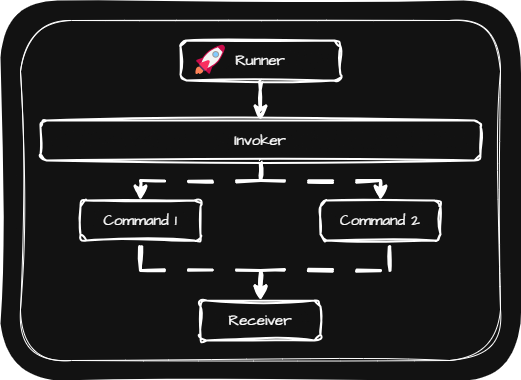
Earlier version of the draw.io export img/behavior/command.png (jjjuuuun/OODP-Java). Source tidied: cells renumbered, new cells last; positions are measured from the earlier drawing's top-left corner, leaving out a move shared by most shapes.
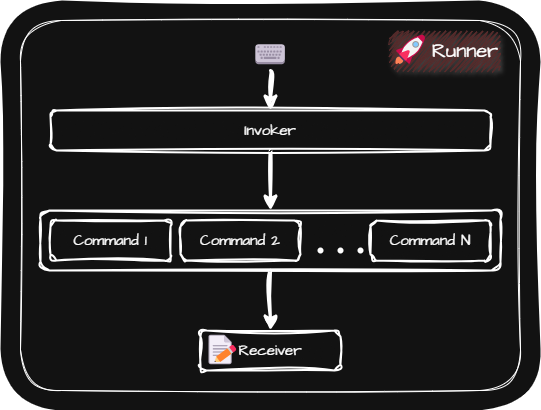
The same diagram one commit later.

The edit, as a diff of the source:
```diff
@@ -3,43 +3,58 @@
     <mxCell id="0" />
     <mxCell id="1" parent="0" />
     <mxCell id="2" style="rounded=1;whiteSpace=wrap;html=1;sketch=1;hachureGap=4;jiggle=2;curveFitting=1;fontFamily=Architects Daughter;fontSource=https%3A%2F%2Ffonts.googleapis.com%2Fcss%3Ffamily%3DArchitects%2BDaughter;strokeColor=none;" parent="1" vertex="1">
-      <mxGeometry width="520" height="380" as="geometry" />
+      <mxGeometry x="-10" y="10" width="540" height="410" as="geometry" />
     </mxCell>
-    <mxCell id="3" style="rounded=1;whiteSpace=wrap;html=1;sketch=1;hachureGap=4;jiggle=2;curveFitting=1;fontFamily=Architects Daughter;fontSource=https%3A%2F%2Ffonts.googleapis.com%2Fcss%3Ffamily%3DArchitects%2BDaughter;" parent="1" vertex="1">
-      <mxGeometry x="20" y="20" width="480" height="340" as="geometry" />
+    <mxCell id="3" style="rounded=1;whiteSpace=wrap;html=1;sketch=1;hachureGap=4;jiggle=2;curveFitting=1;fontFamily=Architects Daughter;fontSource=https%3A%2F%2Ffonts.googleapis.com%2Fcss%3Ffamily%3DArchitects%2BDaughter;arcSize=11;" parent="1" vertex="1">
+      <mxGeometry x="10" y="30" width="500" height="370" as="geometry" />
     </mxCell>
-    <mxCell id="4" style="edgeStyle=orthogonalEdgeStyle;rounded=0;sketch=1;hachureGap=4;jiggle=2;curveFitting=1;jettySize=auto;html=1;exitX=0.5;exitY=0;exitDx=0;exitDy=0;entryX=0.5;entryY=1;entryDx=0;entryDy=0;fontFamily=Architects Daughter;fontSource=https%3A%2F%2Ffonts.googleapis.com%2Fcss%3Ffamily%3DArchitects%2BDaughter;fontSize=12;startSize=8;endSize=8;endArrow=none;startFill=1;dashed=1;dashPattern=8 8;startArrow=classic;strokeWidth=3;" parent="1" edge="1" source="5" target="6">
+    <mxCell id="4" style="edgeStyle=none;curved=1;rounded=0;sketch=1;hachureGap=4;jiggle=2;curveFitting=1;jettySize=auto;html=1;exitX=0.5;exitY=1;exitDx=0;exitDy=0;entryX=0.5;entryY=0;entryDx=0;entryDy=0;fontFamily=Architects Daughter;fontSource=https%3A%2F%2Ffonts.googleapis.com%2Fcss%3Ffamily%3DArchitects%2BDaughter;fontSize=12;startSize=8;endSize=8;strokeWidth=3;" parent="1" edge="1" source="5" target="6">
       <mxGeometry relative="1" as="geometry" />
     </mxCell>
-    <mxCell id="5" value="Receiver" style="rounded=1;whiteSpace=wrap;html=1;sketch=1;hachureGap=4;jiggle=2;curveFitting=1;fontFamily=Architects Daughter;fontSource=https%3A%2F%2Ffonts.googleapis.com%2Fcss%3Ffamily%3DArchitects%2BDaughter;fontSize=15;fillStyle=zigzag;strokeWidth=2;" parent="1" vertex="1">
-      <mxGeometry x="200" y="300" width="120" height="40" as="geometry" />
+    <mxCell id="5" style="rounded=1;whiteSpace=wrap;html=1;sketch=1;hachureGap=4;jiggle=2;curveFitting=1;fontFamily=Architects Daughter;fontSource=https%3A%2F%2Ffonts.googleapis.com%2Fcss%3Ffamily%3DArchitects%2BDaughter;fontSize=15;fillStyle=zigzag;strokeWidth=2;fillColor=default;" parent="1" vertex="1">
+      <mxGeometry x="30" y="220" width="460" height="60" as="geometry" />
     </mxCell>
-    <mxCell id="6" value="Command 1" style="rounded=1;whiteSpace=wrap;html=1;sketch=1;hachureGap=4;jiggle=2;curveFitting=1;fontFamily=Architects Daughter;fontSource=https%3A%2F%2Ffonts.googleapis.com%2Fcss%3Ffamily%3DArchitects%2BDaughter;fontSize=15;fillStyle=zigzag;strokeWidth=2;" parent="1" vertex="1">
-      <mxGeometry x="80" y="200" width="120" height="40" as="geometry" />
+    <mxCell id="6" value="Receiver" style="rounded=1;whiteSpace=wrap;html=1;sketch=1;hachureGap=4;jiggle=2;curveFitting=1;fontFamily=Architects Daughter;fontSource=https%3A%2F%2Ffonts.googleapis.com%2Fcss%3Ffamily%3DArchitects%2BDaughter;fontSize=15;fillStyle=zigzag;strokeWidth=2;" parent="1" vertex="1">
+      <mxGeometry x="190" y="340" width="140" height="40" as="geometry" />
     </mxCell>
-    <mxCell id="7" value="Command 2" style="rounded=1;whiteSpace=wrap;html=1;sketch=1;hachureGap=4;jiggle=2;curveFitting=1;fontFamily=Architects Daughter;fontSource=https%3A%2F%2Ffonts.googleapis.com%2Fcss%3Ffamily%3DArchitects%2BDaughter;fontSize=15;fillStyle=zigzag;strokeWidth=2;" parent="1" vertex="1">
-      <mxGeometry x="320" y="200" width="120" height="40" as="geometry" />
+    <mxCell id="7" value="Command 1" style="rounded=1;whiteSpace=wrap;html=1;sketch=1;hachureGap=4;jiggle=2;curveFitting=1;fontFamily=Architects Daughter;fontSource=https%3A%2F%2Ffonts.googleapis.com%2Fcss%3Ffamily%3DArchitects%2BDaughter;fontSize=15;fillStyle=zigzag;strokeWidth=2;" parent="1" vertex="1">
+      <mxGeometry x="40" y="230" width="120" height="40" as="geometry" />
     </mxCell>
-    <mxCell id="8" style="edgeStyle=orthogonalEdgeStyle;rounded=0;sketch=1;hachureGap=4;jiggle=2;curveFitting=1;jettySize=auto;html=1;exitX=0.5;exitY=0;exitDx=0;exitDy=0;entryX=0.578;entryY=0.975;entryDx=0;entryDy=0;entryPerimeter=0;fontFamily=Architects Daughter;fontSource=https%3A%2F%2Ffonts.googleapis.com%2Fcss%3Ffamily%3DArchitects%2BDaughter;fontSize=12;startSize=8;endSize=8;endArrow=none;startFill=1;dashed=1;dashPattern=8 8;startArrow=classic;strokeWidth=3;" parent="1" edge="1" source="5" target="7">
-      <mxGeometry relative="1" as="geometry" />
+    <mxCell id="8" value="Command 2" style="rounded=1;whiteSpace=wrap;html=1;sketch=1;hachureGap=4;jiggle=2;curveFitting=1;fontFamily=Architects Daughter;fontSource=https%3A%2F%2Ffonts.googleapis.com%2Fcss%3Ffamily%3DArchitects%2BDaughter;fontSize=15;fillStyle=zigzag;strokeWidth=2;" parent="1" vertex="1">
+      <mxGeometry x="170" y="230" width="120" height="40" as="geometry" />
     </mxCell>
-    <mxCell id="9" style="edgeStyle=orthogonalEdgeStyle;rounded=0;sketch=1;hachureGap=4;jiggle=2;curveFitting=1;jettySize=auto;html=1;exitX=0.5;exitY=1;exitDx=0;exitDy=0;entryX=0.5;entryY=0;entryDx=0;entryDy=0;fontFamily=Architects Daughter;fontSource=https%3A%2F%2Ffonts.googleapis.com%2Fcss%3Ffamily%3DArchitects%2BDaughter;fontSize=12;startSize=8;endSize=8;dashed=1;dashPattern=8 8;strokeWidth=3;" parent="1" edge="1" source="11" target="6">
+    <mxCell id="9" style="edgeStyle=none;curved=1;rounded=0;sketch=1;hachureGap=4;jiggle=2;curveFitting=1;jettySize=auto;html=1;exitX=0.5;exitY=1;exitDx=0;exitDy=0;entryX=0.5;entryY=0;entryDx=0;entryDy=0;fontFamily=Architects Daughter;fontSource=https%3A%2F%2Ffonts.googleapis.com%2Fcss%3Ffamily%3DArchitects%2BDaughter;fontSize=12;startSize=8;endSize=8;strokeWidth=3;" parent="1" edge="1" source="10" target="5">
       <mxGeometry relative="1" as="geometry" />
     </mxCell>
-    <mxCell id="10" style="edgeStyle=orthogonalEdgeStyle;rounded=0;sketch=1;hachureGap=4;jiggle=2;curveFitting=1;jettySize=auto;html=1;exitX=0.5;exitY=1;exitDx=0;exitDy=0;entryX=0.5;entryY=0;entryDx=0;entryDy=0;fontFamily=Architects Daughter;fontSource=https%3A%2F%2Ffonts.googleapis.com%2Fcss%3Ffamily%3DArchitects%2BDaughter;fontSize=12;startSize=8;endSize=8;dashed=1;dashPattern=8 8;strokeWidth=3;" parent="1" edge="1" source="11" target="7">
-      <mxGeometry relative="1" as="geometry" />
+    <mxCell id="10" value="Invoker" style="rounded=1;whiteSpace=wrap;html=1;sketch=1;hachureGap=4;jiggle=2;curveFitting=1;fontFamily=Architects Daughter;fontSource=https%3A%2F%2Ffonts.googleapis.com%2Fcss%3Ffamily%3DArchitects%2BDaughter;fontSize=15;fillStyle=zigzag;strokeWidth=2;" parent="1" vertex="1">
+      <mxGeometry x="40" y="120" width="440" height="40" as="geometry" />
     </mxCell>
-    <mxCell id="11" value="Invoker" style="rounded=1;whiteSpace=wrap;html=1;sketch=1;hachureGap=4;jiggle=2;curveFitting=1;fontFamily=Architects Daughter;fontSource=https%3A%2F%2Ffonts.googleapis.com%2Fcss%3Ffamily%3DArchitects%2BDaughter;fontSize=15;fillStyle=zigzag;strokeWidth=2;" parent="1" vertex="1">
-      <mxGeometry x="40" y="120" width="440" height="40" as="geometry" />
+    <mxCell id="11" value="Runner" style="rounded=1;whiteSpace=wrap;html=1;sketch=1;hachureGap=4;jiggle=2;curveFitting=1;fontFamily=Architects Daughter;fontSource=https%3A%2F%2Ffonts.googleapis.com%2Fcss%3Ffamily%3DArchitects%2BDaughter;fontSize=20;fillStyle=zigzag;strokeWidth=2;fillColor=#ffcccc;strokeColor=none;shadow=1;align=right;" parent="1" vertex="1">
+      <mxGeometry x="380" y="40" width="110" height="40" as="geometry" />
     </mxCell>
-    <mxCell id="12" style="edgeStyle=none;curved=1;rounded=0;sketch=1;hachureGap=4;jiggle=2;curveFitting=1;jettySize=auto;html=1;exitX=0.5;exitY=1;exitDx=0;exitDy=0;entryX=0.5;entryY=0;entryDx=0;entryDy=0;fontFamily=Architects Daughter;fontSource=https%3A%2F%2Ffonts.googleapis.com%2Fcss%3Ffamily%3DArchitects%2BDaughter;fontSize=12;startSize=8;endSize=8;strokeWidth=3;" parent="1" edge="1" source="13" target="11">
-      <mxGeometry relative="1" as="geometry" />
+    <mxCell id="12" value="🚀" style="rounded=1;whiteSpace=wrap;html=1;sketch=1;hachureGap=4;jiggle=2;curveFitting=1;fontFamily=Architects Daughter;fontSource=https%3A%2F%2Ffonts.googleapis.com%2Fcss%3Ffamily%3DArchitects%2BDaughter;fontSize=30;fillColor=none;strokeColor=none;" parent="1" vertex="1">
+      <mxGeometry x="380" y="40" width="40" height="40" as="geometry" />
     </mxCell>
-    <mxCell id="13" value="Runner" style="rounded=1;whiteSpace=wrap;html=1;sketch=1;hachureGap=4;jiggle=2;curveFitting=1;fontFamily=Architects Daughter;fontSource=https%3A%2F%2Ffonts.googleapis.com%2Fcss%3Ffamily%3DArchitects%2BDaughter;fontSize=15;fillStyle=zigzag;strokeWidth=2;" parent="1" vertex="1">
-      <mxGeometry x="180" y="40" width="160" height="40" as="geometry" />
+    <mxCell id="13" style="shape=waypoint;sketch=0;fillStyle=solid;size=6;points=[];fillColor=none;perimeter=centerPerimeter;snapToPoint=1;hachureGap=4;jiggle=2;curveFitting=1;fontFamily=Architects Daughter;fontSource=https%3A%2F%2Ffonts.googleapis.com%2Fcss%3Ffamily%3DArchitects%2BDaughter;" parent="1" vertex="1">
+      <mxGeometry x="300" y="250" width="20" height="20" as="geometry" />
     </mxCell>
-    <mxCell id="14" value="🚀" style="rounded=1;whiteSpace=wrap;html=1;sketch=1;hachureGap=4;jiggle=2;curveFitting=1;fontFamily=Architects Daughter;fontSource=https%3A%2F%2Ffonts.googleapis.com%2Fcss%3Ffamily%3DArchitects%2BDaughter;fontSize=30;fillColor=none;strokeColor=none;" parent="1" vertex="1">
-      <mxGeometry x="190" y="40" width="40" height="40" as="geometry" />
+    <mxCell id="14" style="shape=waypoint;sketch=0;fillStyle=solid;size=6;fillColor=none;perimeter=centerPerimeter;hachureGap=4;jiggle=2;curveFitting=1;fontFamily=Architects Daughter;fontSource=https%3A%2F%2Ffonts.googleapis.com%2Fcss%3Ffamily%3DArchitects%2BDaughter;" parent="1" vertex="1">
+      <mxGeometry x="320" y="250" width="20" height="20" as="geometry" />
     </mxCell>
+    <mxCell id="15" style="shape=waypoint;sketch=0;fillStyle=solid;size=6;fillColor=none;perimeter=centerPerimeter;hachureGap=4;jiggle=2;curveFitting=1;fontFamily=Architects Daughter;fontSource=https%3A%2F%2Ffonts.googleapis.com%2Fcss%3Ffamily%3DArchitects%2BDaughter;" parent="1" vertex="1">
+      <mxGeometry x="340" y="250" width="20" height="20" as="geometry" />
+    </mxCell>
+    <mxCell id="16" value="Command N" style="rounded=1;whiteSpace=wrap;html=1;sketch=1;hachureGap=4;jiggle=2;curveFitting=1;fontFamily=Architects Daughter;fontSource=https%3A%2F%2Ffonts.googleapis.com%2Fcss%3Ffamily%3DArchitects%2BDaughter;fontSize=15;fillStyle=zigzag;strokeWidth=2;" parent="1" vertex="1">
+      <mxGeometry x="360" y="230" width="120" height="40" as="geometry" />
+    </mxCell>
+    <mxCell id="17" style="edgeStyle=none;curved=1;rounded=0;sketch=1;hachureGap=4;jiggle=2;curveFitting=1;jettySize=auto;html=1;exitX=0.5;exitY=1;exitDx=0;exitDy=0;entryX=0.5;entryY=0;entryDx=0;entryDy=0;fontFamily=Architects Daughter;fontSource=https%3A%2F%2Ffonts.googleapis.com%2Fcss%3Ffamily%3DArchitects%2BDaughter;fontSize=12;startSize=8;endSize=8;strokeWidth=3;" parent="1" edge="1" source="18" target="10">
+      <mxGeometry relative="1" as="geometry" />
+    </mxCell>
+    <mxCell id="18" value="⌨️" style="rounded=1;whiteSpace=wrap;html=1;sketch=1;hachureGap=4;jiggle=2;curveFitting=1;fontFamily=Architects Daughter;fontSource=https%3A%2F%2Ffonts.googleapis.com%2Fcss%3Ffamily%3DArchitects%2BDaughter;fontSize=30;strokeColor=none;fillColor=none;" parent="1" vertex="1">
+      <mxGeometry x="240" y="40" width="40" height="40" as="geometry" />
+    </mxCell>
+    <mxCell id="19" value="📝" style="rounded=1;whiteSpace=wrap;html=1;sketch=1;hachureGap=4;jiggle=2;curveFitting=1;fontFamily=Architects Daughter;fontSource=https%3A%2F%2Ffonts.googleapis.com%2Fcss%3Ffamily%3DArchitects%2BDaughter;fontSize=30;strokeColor=none;fillColor=none;" parent="1" vertex="1">
+      <mxGeometry x="190" y="340" width="40" height="40" as="geometry" />
+    </mxCell>
   </root>
 </mxGraphModel>
```
